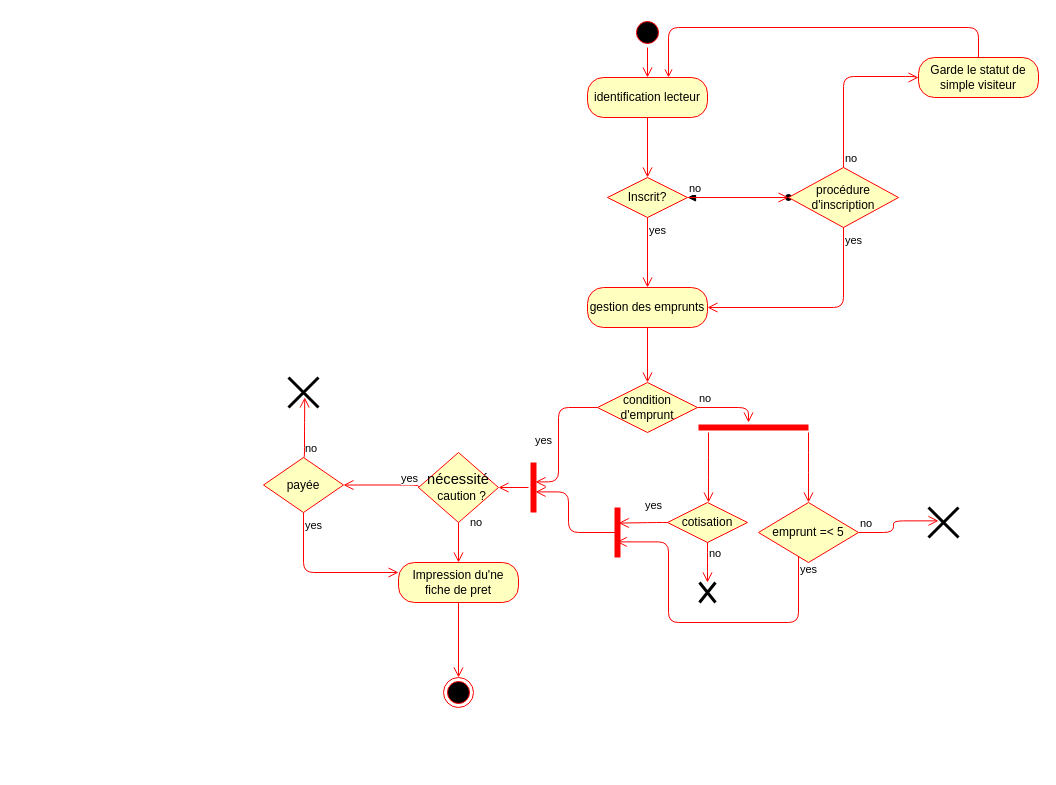
Before: page "diagramme activité emprunt" (3 of 4) of CDA - 20228/AUTRES/ULM/library.drawio in Noe-Kisungu/Projet-Jarditou, a draw.io diagram. Source tidied: cells renumbered, new cells numbered last; positions are measured from the earlier drawing's top-left corner, leaving out a move shared by most shapes. Both pictures are drawn from the tidied source at 100%, with x=0, y=0 at pixel (263, 17).
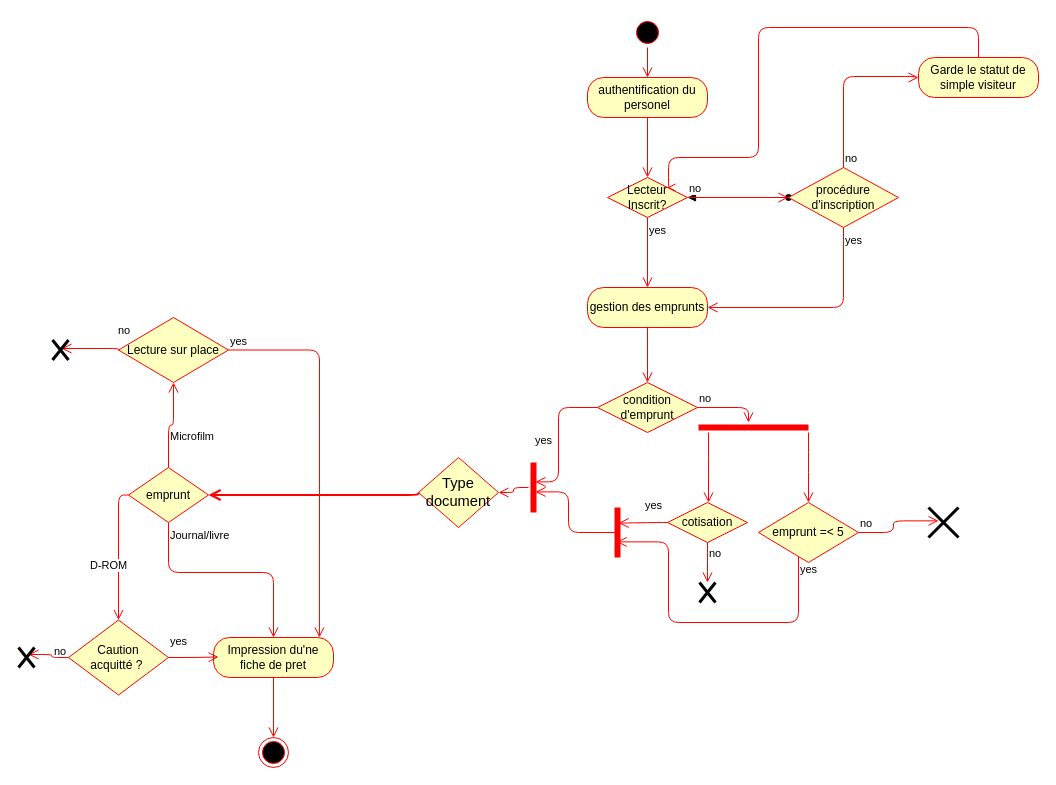
The same page after the edit.

The change refers to these unchanged cells:
```xml
<mxCell id="43" value="Garde le statut de simple visiteur" style="rounded=1;whiteSpace=wrap;html=1;arcSize=40;fontColor=#000000;fillColor=#ffffc0;strokeColor=#ff0000;" parent="1" vertex="1">
  <mxGeometry x="655" y="40" width="120" height="40" as="geometry" />
</mxCell>
```

Change to the diagram source:
```diff
@@
-    <mxCell id="23" value="identification lecteur" style="rounded=1;whiteSpace=wrap;html=1;arcSize=40;fontColor=#000000;fillColor=#ffffc0;strokeColor=#ff0000;labelBackgroundColor=none;" parent="1" vertex="1">
+    <mxCell id="23" value="authentification du personel" style="rounded=1;whiteSpace=wrap;html=1;arcSize=40;fontColor=#000000;fillColor=#ffffc0;strokeColor=#ff0000;labelBackgroundColor=none;" parent="1" vertex="1">
       <mxGeometry x="324" y="60" width="120" height="40" as="geometry" />
     </mxCell>
@@
-    <mxCell id="26" value="Inscrit?" style="rhombus;whiteSpace=wrap;html=1;fillColor=#ffffc0;strokeColor=#ff0000;labelBackgroundColor=none;" parent="1" vertex="1">
+    <mxCell id="26" value="Lecteur Inscrit?" style="rhombus;whiteSpace=wrap;html=1;fillColor=#ffffc0;strokeColor=#ff0000;labelBackgroundColor=none;" parent="1" vertex="1">
       <mxGeometry x="344" y="160" width="80" height="40" as="geometry" />
     </mxCell>
@@
-    <mxCell id="32" value="&lt;span style=&quot;font-size: 11.0pt ; line-height: 107% ; font-family: &amp;#34;calibri&amp;#34; , sans-serif&quot;&gt;nécessité&lt;br&gt;&amp;nbsp;&lt;/span&gt;&amp;nbsp;caution ?" style="rhombus;whiteSpace=wrap;html=1;fillColor=#ffffc0;strokeColor=#ff0000;labelBackgroundColor=none;" parent="1" vertex="1">
-      <mxGeometry x="155" y="435" width="80" height="70" as="geometry" />
+    <mxCell id="32" value="&lt;font face=&quot;calibri, sans-serif&quot;&gt;&lt;span style=&quot;font-size: 14.6667px&quot;&gt;Type document&lt;/span&gt;&lt;/font&gt;" style="rhombus;whiteSpace=wrap;html=1;fillColor=#ffffc0;strokeColor=#ff0000;labelBackgroundColor=none;" parent="1" vertex="1">
+      <mxGeometry x="155" y="440" width="80" height="70" as="geometry" />
     </mxCell>
-    <mxCell id="33" value="no" style="edgeStyle=orthogonalEdgeStyle;html=1;align=left;verticalAlign=bottom;endArrow=open;endSize=8;strokeColor=#ff0000;exitX=0.5;exitY=1;exitDx=0;exitDy=0;entryX=0.5;entryY=0;entryDx=0;entryDy=0;entryPerimeter=0;" parent="1" edge="1" source="32" target="36">
-      <mxGeometry x="-0.54" y="10" relative="1" as="geometry" />
-    </mxCell>
-    <mxCell id="34" value="yes" style="edgeStyle=orthogonalEdgeStyle;html=1;align=left;verticalAlign=top;endArrow=open;endSize=8;strokeColor=#ff0000;exitX=0;exitY=0.5;exitDx=0;exitDy=0;entryX=1;entryY=0.5;entryDx=0;entryDy=0;" parent="1" edge="1" source="32" target="39">
+    <mxCell id="34" style="edgeStyle=orthogonalEdgeStyle;html=1;align=left;verticalAlign=top;endArrow=open;endSize=8;strokeColor=#ff0000;exitX=0;exitY=0.5;exitDx=0;exitDy=0;entryX=1;entryY=0.5;entryDx=0;entryDy=0;strokeWidth=2;" parent="1" edge="1" source="32" target="39">
       <mxGeometry x="-0.43" y="-20" relative="1" as="geometry">
         <Array as="points">
-          <mxPoint x="155" y="467" />
+          <mxPoint x="155" y="478" />
         </Array>
       </mxGeometry>
     </mxCell>
@@
     <mxCell id="36" value="Impression du'ne fiche de pret" style="rounded=1;whiteSpace=wrap;html=1;arcSize=40;fontColor=#000000;fillColor=#ffffc0;strokeColor=#ff0000;labelBackgroundColor=none;" parent="1" vertex="1">
-      <mxGeometry x="135" y="545" width="120" height="40" as="geometry" />
+      <mxGeometry x="-50" y="620" width="120" height="40" as="geometry" />
     </mxCell>
@@
     <mxCell id="38" style="ellipse;html=1;shape=endState;fillColor=#000000;strokeColor=#ff0000;labelBackgroundColor=none;" parent="1" vertex="1">
-      <mxGeometry x="180" y="660" width="30" height="30" as="geometry" />
+      <mxGeometry x="-5" y="720" width="30" height="30" as="geometry" />
     </mxCell>
-    <mxCell id="39" value="payée" style="rhombus;whiteSpace=wrap;html=1;fillColor=#ffffc0;strokeColor=#ff0000;labelBackgroundColor=none;" parent="1" vertex="1">
-      <mxGeometry y="440" width="80" height="55" as="geometry" />
+    <mxCell id="39" value="emprunt" style="rhombus;whiteSpace=wrap;html=1;fillColor=#ffffc0;strokeColor=#ff0000;labelBackgroundColor=none;" parent="1" vertex="1">
+      <mxGeometry x="-135" y="450" width="80" height="55" as="geometry" />
     </mxCell>
-    <mxCell id="40" value="no" style="edgeStyle=orthogonalEdgeStyle;html=1;align=left;verticalAlign=bottom;endArrow=open;endSize=8;strokeColor=#ff0000;exitX=0.5;exitY=0;exitDx=0;exitDy=0;entryX=0.541;entryY=0.663;entryDx=0;entryDy=0;entryPerimeter=0;" parent="1" edge="1" source="39" target="42">
-      <mxGeometry x="-1" relative="1" as="geometry">
-        <Array as="points">
-          <mxPoint x="41" y="440" />
-          <mxPoint x="41" y="415" />
-          <mxPoint x="41" y="415" />
-        </Array>
-      </mxGeometry>
+    <mxCell id="40" style="edgeStyle=orthogonalEdgeStyle;html=1;align=left;verticalAlign=bottom;endArrow=open;endSize=8;strokeColor=#ff0000;exitX=0.5;exitY=0;exitDx=0;exitDy=0;entryX=0.5;entryY=1;entryDx=0;entryDy=0;" parent="1" edge="1" source="39" target="52">
+      <mxGeometry x="-1" relative="1" as="geometry" />
     </mxCell>
-    <mxCell id="41" value="yes" style="edgeStyle=orthogonalEdgeStyle;html=1;align=left;verticalAlign=top;endArrow=open;endSize=8;strokeColor=#ff0000;entryX=0;entryY=0.25;entryDx=0;entryDy=0;" parent="1" edge="1" source="39" target="36">
+    <mxCell id="41" value="Journal/livre" style="edgeStyle=orthogonalEdgeStyle;html=1;align=left;verticalAlign=top;endArrow=open;endSize=8;strokeColor=#ff0000;entryX=0.5;entryY=0;entryDx=0;entryDy=0;" parent="1" edge="1" source="39" target="36">
       <mxGeometry x="-1" relative="1" as="geometry">
         <Array as="points">
-          <mxPoint x="40" y="555" />
+          <mxPoint x="-95" y="555" />
+          <mxPoint x="10" y="555" />
         </Array>
       </mxGeometry>
     </mxCell>
-    <mxCell id="42" style="shape=umlDestroy;whiteSpace=wrap;html=1;strokeWidth=3;labelBackgroundColor=none;" parent="1" vertex="1">
-      <mxGeometry x="25" y="360" width="30" height="30" as="geometry" />
-    </mxCell>
@@
-    <mxCell id="44" style="edgeStyle=orthogonalEdgeStyle;html=1;verticalAlign=bottom;endArrow=none;endSize=8;strokeColor=#ff0000;endFill=0;startArrow=open;startFill=0;" parent="1" edge="1" source="23" target="43">
+    <mxCell id="44" style="edgeStyle=orthogonalEdgeStyle;html=1;verticalAlign=bottom;endArrow=none;endSize=8;strokeColor=#ff0000;endFill=0;startArrow=open;startFill=0;exitX=1;exitY=0;exitDx=0;exitDy=0;" parent="1" edge="1" source="26" target="43">
       <mxGeometry relative="1" as="geometry">
         <Array as="points">
-          <mxPoint x="405" y="10" />
+          <mxPoint x="405" y="170" />
+          <mxPoint x="405" y="140" />
+          <mxPoint x="495" y="140" />
+          <mxPoint x="495" y="10" />
           <mxPoint x="715" y="10" />
         </Array>
       </mxGeometry>
     </mxCell>
+    <mxCell id="45" value="Caution&lt;br&gt;acquitté ?&amp;nbsp;" style="rhombus;whiteSpace=wrap;html=1;fillColor=#ffffc0;strokeColor=#ff0000;labelBackgroundColor=none;" parent="1" vertex="1">
+      <mxGeometry x="-195" y="602.5" width="100" height="75" as="geometry" />
+    </mxCell>
+    <mxCell id="46" value="D-ROM" style="edgeStyle=orthogonalEdgeStyle;html=1;align=left;verticalAlign=top;endArrow=open;endSize=8;strokeColor=#ff0000;exitX=0;exitY=0.5;exitDx=0;exitDy=0;entryX=0.5;entryY=0;entryDx=0;entryDy=0;" parent="1" edge="1" source="39" target="45">
+      <mxGeometry x="-0.01" y="-30" relative="1" as="geometry" />
+    </mxCell>
+    <mxCell id="47" style="edgeStyle=orthogonalEdgeStyle;html=1;verticalAlign=bottom;endArrow=open;endSize=8;strokeColor=#ff0000;entryX=0.042;entryY=0.488;entryDx=0;entryDy=0;entryPerimeter=0;exitX=1;exitY=0.5;exitDx=0;exitDy=0;" parent="1" edge="1" source="45" target="36">
+      <mxGeometry relative="1" as="geometry" />
+    </mxCell>
+    <mxCell id="48" value="&lt;span style=&quot;color: rgb(0, 0, 0); font-family: helvetica; font-size: 11px; font-style: normal; font-weight: 400; letter-spacing: normal; text-align: left; text-indent: 0px; text-transform: none; word-spacing: 0px; background-color: rgb(255, 255, 255); display: inline; float: none;&quot;&gt;yes&lt;/span&gt;" style="text;whiteSpace=wrap;html=1;" parent="1" vertex="1">
+      <mxGeometry x="-95" y="610" width="40" height="30" as="geometry" />
+    </mxCell>
+    <mxCell id="49" style="edgeStyle=orthogonalEdgeStyle;html=1;verticalAlign=bottom;endArrow=open;endSize=8;strokeColor=#ff0000;exitX=0;exitY=0.5;exitDx=0;exitDy=0;entryX=0.625;entryY=0.35;entryDx=0;entryDy=0;entryPerimeter=0;" parent="1" edge="1" source="45" target="50">
+      <mxGeometry relative="1" as="geometry" />
+    </mxCell>
+    <mxCell id="50" style="shape=umlDestroy;whiteSpace=wrap;html=1;strokeWidth=3;labelBackgroundColor=none;" parent="1" vertex="1">
+      <mxGeometry x="-245" y="630" width="16" height="20" as="geometry" />
+    </mxCell>
+    <mxCell id="51" value="&lt;span style=&quot;color: rgb(0 , 0 , 0) ; font-family: &amp;#34;helvetica&amp;#34; ; font-size: 11px ; font-style: normal ; font-weight: 400 ; letter-spacing: normal ; text-align: left ; text-indent: 0px ; text-transform: none ; word-spacing: 0px ; background-color: rgb(255 , 255 , 255) ; display: inline ; float: none&quot;&gt;Microfilm&lt;/span&gt;" style="text;whiteSpace=wrap;html=1;" parent="1" vertex="1">
+      <mxGeometry x="-95" y="405" width="80" height="30" as="geometry" />
+    </mxCell>
+    <mxCell id="52" value="Lecture sur place" style="rhombus;whiteSpace=wrap;html=1;fillColor=#ffffc0;strokeColor=#ff0000;labelBackgroundColor=none;" parent="1" vertex="1">
+      <mxGeometry x="-145" y="300" width="110" height="65" as="geometry" />
+    </mxCell>
+    <mxCell id="53" value="no" style="edgeStyle=orthogonalEdgeStyle;html=1;align=left;verticalAlign=top;endArrow=open;endSize=8;strokeColor=#ff0000;exitX=0;exitY=0.5;exitDx=0;exitDy=0;entryX=0.563;entryY=0.425;entryDx=0;entryDy=0;entryPerimeter=0;" parent="1" edge="1" source="52" target="55">
+      <mxGeometry x="-0.84" y="-31" relative="1" as="geometry">
+        <Array as="points">
+          <mxPoint x="-145" y="331" />
+        </Array>
+        <mxPoint x="1" as="offset" />
+      </mxGeometry>
+    </mxCell>
+    <mxCell id="54" value="yes" style="edgeStyle=orthogonalEdgeStyle;html=1;align=left;verticalAlign=bottom;endArrow=open;endSize=8;strokeColor=#ff0000;exitX=1;exitY=0.5;exitDx=0;exitDy=0;entryX=0.883;entryY=0;entryDx=0;entryDy=0;entryPerimeter=0;" parent="1" edge="1" source="52" target="36">
+      <mxGeometry x="-1" relative="1" as="geometry" />
+    </mxCell>
+    <mxCell id="55" style="shape=umlDestroy;whiteSpace=wrap;html=1;strokeWidth=3;labelBackgroundColor=none;" parent="1" vertex="1">
+      <mxGeometry x="-211" y="322.5" width="16" height="20" as="geometry" />
+    </mxCell>
+    <mxCell id="56" value="&lt;span style=&quot;color: rgb(0, 0, 0); font-family: helvetica; font-size: 11px; font-style: normal; font-weight: 400; letter-spacing: normal; text-align: left; text-indent: 0px; text-transform: none; word-spacing: 0px; background-color: rgb(255, 255, 255); display: inline; float: none;&quot;&gt;no&lt;/span&gt;" style="text;whiteSpace=wrap;html=1;" parent="1" vertex="1">
+      <mxGeometry x="-211" y="620" width="40" height="30" as="geometry" />
+    </mxCell>
```
